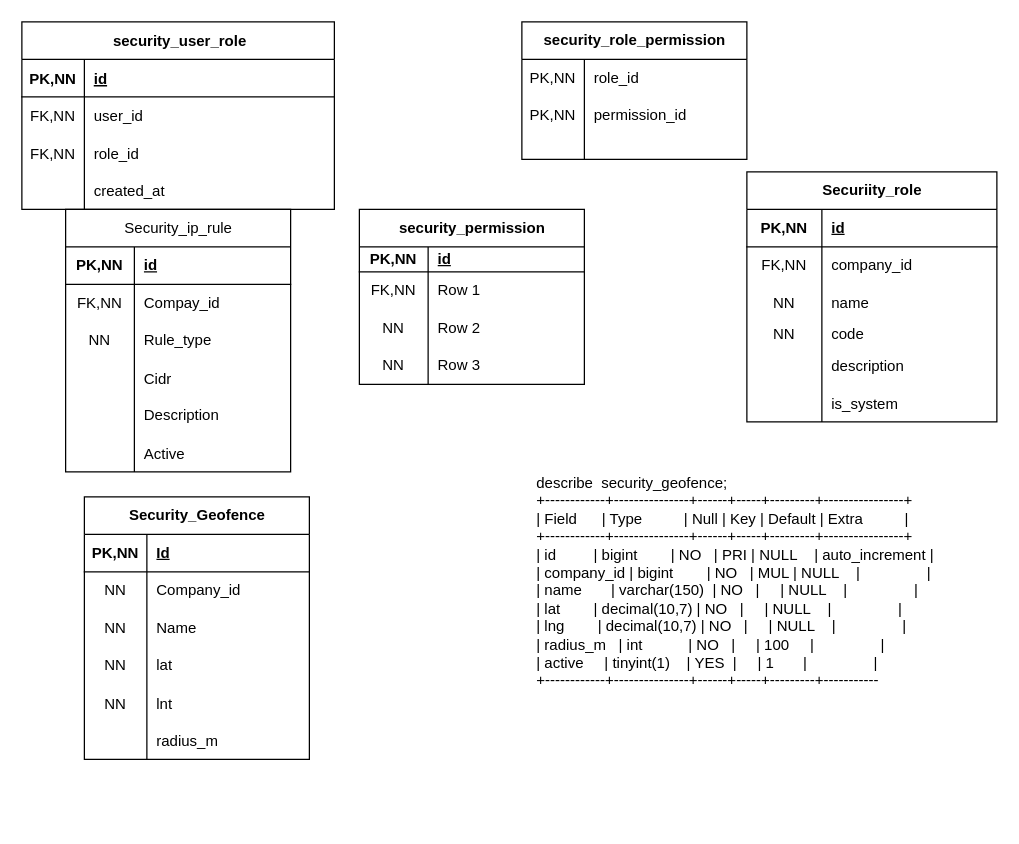
Before: Untitled Diagram.drawio.xml in Shreya-Kosabe-07/hrms_flows2, a draw.io diagram. Source tidied: cells renumbered, new cells numbered last; positions are measured from the earlier drawing's top-left corner, leaving out a move shared by most shapes. Both pictures are drawn from the tidied source at 125%, with x=0, y=0 at pixel (21, 21).
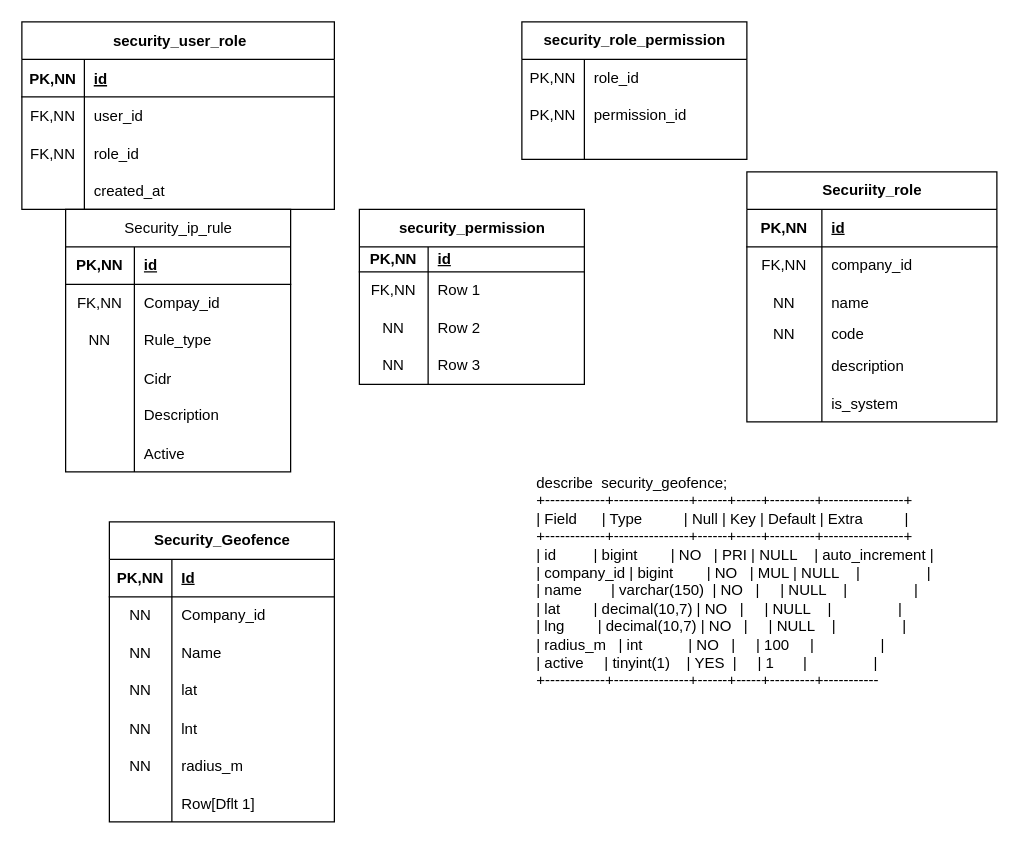
After the change.

The change refers to these unchanged cells:
```xml
<mxCell id="93" style="shape=tableRow;horizontal=0;startSize=0;swimlaneHead=0;swimlaneBody=0;fillColor=none;top=0;left=0;right=0;bottom=0;" parent="77" vertex="1">
  <mxGeometry y="180" width="180" height="30" as="geometry" />
</mxCell>
```

Change to the diagram source:
```diff
@@
     <mxCell id="77" value="Security_Geofence" style="shape=table;startSize=30;childLayout=tableLayout;rowLines=0;fontStyle=1;align=center;html=1;" parent="1" vertex="1">
-      <mxGeometry x="50" y="380" width="180" height="210" as="geometry" />
+      <mxGeometry x="70" y="400" width="180" height="240" as="geometry" />
     </mxCell>
@@
-    <mxCell id="94" style="shape=partialRectangle;fillColor=none;top=0;left=0;bottom=0;right=0;overflow=hidden;" parent="93" vertex="1">
+    <mxCell id="94" value="NN" style="shape=partialRectangle;fillColor=none;top=0;left=0;bottom=0;right=0;overflow=hidden;" parent="93" vertex="1">
       <mxGeometry width="50" height="30" as="geometry" />
     </mxCell>
@@
+    <mxCell id="96" style="shape=tableRow;horizontal=0;startSize=0;swimlaneHead=0;swimlaneBody=0;fillColor=none;top=0;left=0;right=0;bottom=0;" parent="77" vertex="1">
+      <mxGeometry y="210" width="180" height="30" as="geometry" />
+    </mxCell>
+    <mxCell id="97" style="shape=partialRectangle;fillColor=none;top=0;left=0;bottom=0;right=0;overflow=hidden;" parent="96" vertex="1">
+      <mxGeometry width="50" height="30" as="geometry" />
+    </mxCell>
+    <mxCell id="98" value="Row[Dflt 1]" style="shape=partialRectangle;fillColor=none;top=0;left=0;bottom=0;right=0;align=left;spacingLeft=6;overflow=hidden;" parent="96" vertex="1">
+      <mxGeometry x="50" width="130" height="30" as="geometry" />
+    </mxCell>
```
